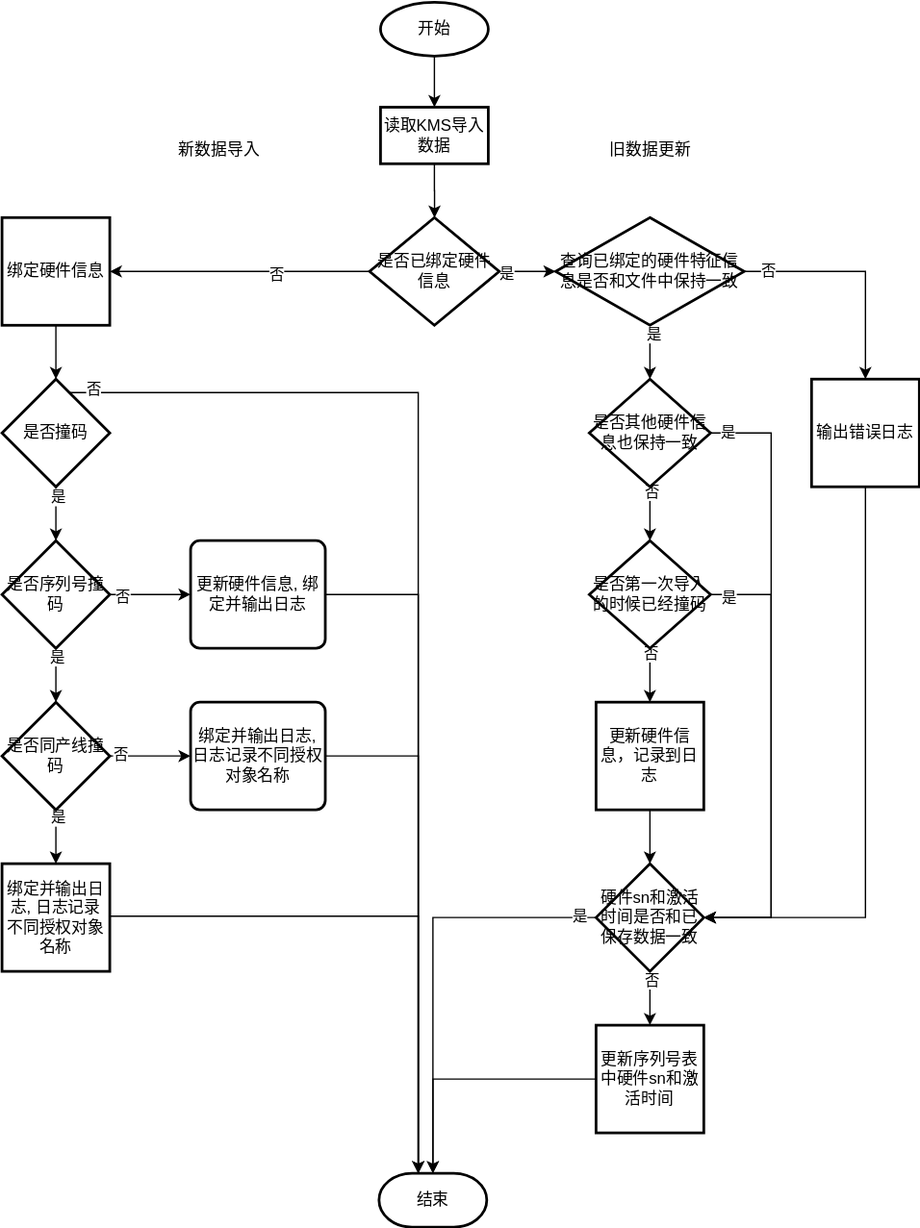
gaozk/test keeps this draw.io diagram as 导入处理逻辑梳理.svg. Above is the earlier version. Source tidied: cells renumbered, new cells last; positions are measured from the earlier drawing's top-left corner, leaving out a move shared by most shapes.
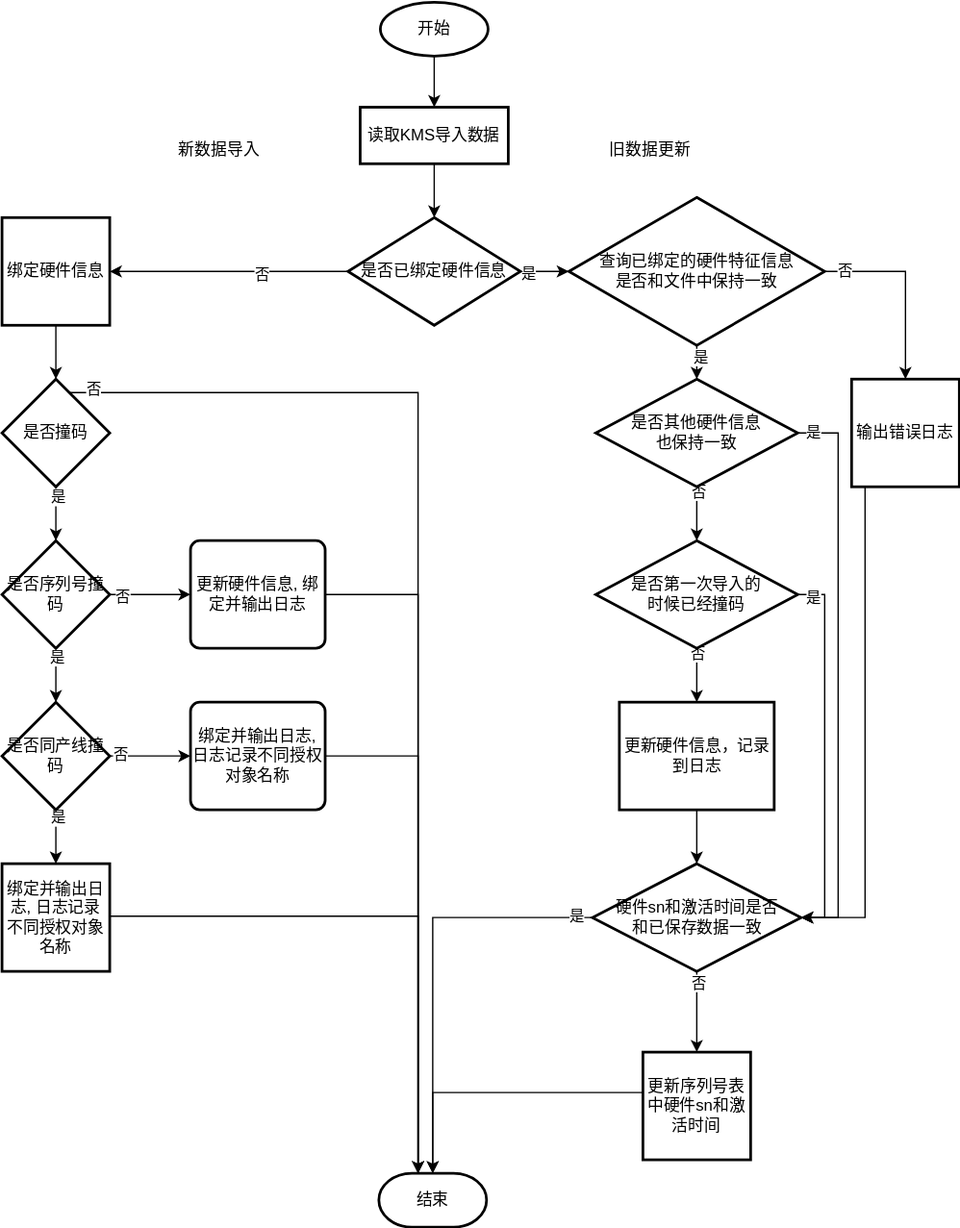
Later version of the same file.

Commit message:
更新导入处理逻辑梳理.svg

Diff of the diagram source:
```diff
@@ -12,7 +12,7 @@
       <mxGeometry relative="1" as="geometry" />
     </mxCell>
     <mxCell id="5" value="读取KMS导入数据" style="whiteSpace=wrap;html=1;strokeWidth=2;" parent="1" vertex="1">
-      <mxGeometry x="281" y="78" width="80" height="42" as="geometry" />
+      <mxGeometry x="266" y="78" width="110" height="42" as="geometry" />
     </mxCell>
     <mxCell id="6" style="edgeStyle=orthogonalEdgeStyle;rounded=0;jettySize=auto;html=1;" parent="1" edge="1" source="10" target="12">
       <mxGeometry relative="1" as="geometry" />
@@ -27,7 +27,7 @@
       <mxGeometry x="-0.75" y="-1" relative="1" as="geometry" />
     </mxCell>
     <mxCell id="10" value="是否已绑定硬件信息" style="rhombus;whiteSpace=wrap;html=1;strokeWidth=2;" parent="1" vertex="1">
-      <mxGeometry x="272.9" y="160" width="96.2" height="80" as="geometry" />
+      <mxGeometry x="256.9" y="160" width="128.1" height="80" as="geometry" />
     </mxCell>
     <mxCell id="11" style="edgeStyle=orthogonalEdgeStyle;rounded=0;jettySize=auto;html=1;" parent="1" edge="1" source="12" target="17">
       <mxGeometry relative="1" as="geometry" />
@@ -137,8 +137,8 @@
     <mxCell id="38" value="否" style="edgeLabel;html=1;align=center;verticalAlign=middle;" parent="37" vertex="1">
       <mxGeometry x="-0.8" y="1" relative="1" as="geometry" />
     </mxCell>
-    <mxCell id="39" value="查询已绑定的硬件特征信息是否和文件中保持一致" style="rhombus;whiteSpace=wrap;html=1;strokeWidth=2;" parent="1" vertex="1">
-      <mxGeometry x="411" y="160" width="140" height="80" as="geometry" />
+    <mxCell id="39" value="查询已绑定的硬件特征信息&lt;br&gt;是否和文件中保持一致" style="rhombus;whiteSpace=wrap;html=1;strokeWidth=2;" parent="1" vertex="1">
+      <mxGeometry x="421" y="145" width="190" height="110" as="geometry" />
     </mxCell>
     <mxCell id="40" style="edgeStyle=orthogonalEdgeStyle;rounded=0;jettySize=auto;html=1;" parent="1" edge="1" source="44" target="51">
       <mxGeometry relative="1" as="geometry" />
@@ -149,16 +149,16 @@
     <mxCell id="42" style="edgeStyle=orthogonalEdgeStyle;rounded=0;jettySize=auto;html=1;entryX=1;entryY=0.5;entryDx=0;entryDy=0;entryPerimeter=0;" parent="1" edge="1" source="44" target="58">
       <mxGeometry relative="1" as="geometry">
         <Array as="points">
-          <mxPoint x="571" y="320" />
-          <mxPoint x="571" y="680" />
+          <mxPoint x="621" y="320" />
+          <mxPoint x="621" y="680" />
         </Array>
       </mxGeometry>
     </mxCell>
     <mxCell id="43" value="是" style="edgeLabel;html=1;align=center;verticalAlign=middle;" parent="42" vertex="1">
       <mxGeometry x="-0.95" y="1" relative="1" as="geometry" />
     </mxCell>
-    <mxCell id="44" value="是否其他硬件信息也保持一致" style="rhombus;whiteSpace=wrap;html=1;strokeWidth=2;" parent="1" vertex="1">
-      <mxGeometry x="436" y="280" width="90" height="80" as="geometry" />
+    <mxCell id="44" value="是否其他硬件信息&lt;br&gt;也保持一致" style="rhombus;whiteSpace=wrap;html=1;strokeWidth=2;" parent="1" vertex="1">
+      <mxGeometry x="441" y="280" width="150" height="80" as="geometry" />
     </mxCell>
     <mxCell id="45" style="edgeStyle=orthogonalEdgeStyle;rounded=0;jettySize=auto;html=1;entryX=1;entryY=0.5;entryDx=0;entryDy=0;entryPerimeter=0;" parent="1" edge="1" source="46" target="58">
       <mxGeometry relative="1" as="geometry">
@@ -168,38 +168,38 @@
       </mxGeometry>
     </mxCell>
     <mxCell id="46" value="输出错误日志" style="whiteSpace=wrap;html=1;strokeWidth=2;" parent="1" vertex="1">
-      <mxGeometry x="601" y="280" width="80" height="80" as="geometry" />
+      <mxGeometry x="631" y="280" width="80" height="80" as="geometry" />
     </mxCell>
     <mxCell id="47" style="edgeStyle=orthogonalEdgeStyle;rounded=0;jettySize=auto;html=1;" parent="1" edge="1" source="51" target="53">
       <mxGeometry relative="1" as="geometry">
         <Array as="points">
-          <mxPoint x="481" y="510" />
-          <mxPoint x="481" y="510" />
+          <mxPoint x="516" y="500" />
+          <mxPoint x="516" y="500" />
         </Array>
       </mxGeometry>
     </mxCell>
     <mxCell id="48" value="否" style="edgeLabel;html=1;align=center;verticalAlign=middle;" parent="47" vertex="1">
       <mxGeometry x="-0.84" relative="1" as="geometry" />
     </mxCell>
-    <mxCell id="49" style="edgeStyle=orthogonalEdgeStyle;rounded=0;jettySize=auto;html=1;" parent="1" edge="1" source="51" target="58">
+    <mxCell id="49" style="edgeStyle=orthogonalEdgeStyle;rounded=0;jettySize=auto;html=1;entryX=1;entryY=0.5;entryDx=0;entryDy=0;entryPerimeter=0;" parent="1" edge="1" source="51" target="58">
       <mxGeometry relative="1" as="geometry">
         <Array as="points">
-          <mxPoint x="571" y="440" />
-          <mxPoint x="571" y="680" />
+          <mxPoint x="611" y="440" />
+          <mxPoint x="611" y="680" />
         </Array>
       </mxGeometry>
     </mxCell>
     <mxCell id="50" value="是" style="edgeLabel;html=1;align=center;verticalAlign=middle;" parent="49" vertex="1">
       <mxGeometry x="-0.92" y="-2" relative="1" as="geometry" />
     </mxCell>
-    <mxCell id="51" value="是否第一次导入的时候已经撞码" style="rhombus;whiteSpace=wrap;html=1;strokeWidth=2;" parent="1" vertex="1">
-      <mxGeometry x="436" y="400" width="90" height="80" as="geometry" />
+    <mxCell id="51" value="是否第一次导入的&lt;br&gt;时候已经撞码" style="rhombus;whiteSpace=wrap;html=1;strokeWidth=2;" parent="1" vertex="1">
+      <mxGeometry x="441" y="400" width="150" height="80" as="geometry" />
     </mxCell>
     <mxCell id="52" style="edgeStyle=orthogonalEdgeStyle;rounded=0;jettySize=auto;html=1;" parent="1" edge="1" source="53" target="58">
       <mxGeometry relative="1" as="geometry" />
     </mxCell>
     <mxCell id="53" value="更新硬件信息，记录到日志" style="whiteSpace=wrap;html=1;strokeWidth=2;" parent="1" vertex="1">
-      <mxGeometry x="441" y="520" width="80" height="80" as="geometry" />
+      <mxGeometry x="458.5" y="520" width="115" height="80" as="geometry" />
     </mxCell>
     <mxCell id="54" style="edgeStyle=orthogonalEdgeStyle;rounded=0;jettySize=auto;html=1;" parent="1" edge="1" source="58" target="30">
       <mxGeometry relative="1" as="geometry" />
@@ -207,24 +207,26 @@
     <mxCell id="55" value="是" style="edgeLabel;html=1;align=center;verticalAlign=middle;" parent="54" vertex="1">
       <mxGeometry x="-0.92" y="-2" relative="1" as="geometry" />
     </mxCell>
-    <mxCell id="56" style="edgeStyle=orthogonalEdgeStyle;rounded=0;jettySize=auto;html=1;" parent="1" edge="1" source="58">
-      <mxGeometry relative="1" as="geometry">
-        <mxPoint x="481" y="760" as="targetPoint" />
-      </mxGeometry>
+    <mxCell id="56" style="edgeStyle=orthogonalEdgeStyle;rounded=0;jettySize=auto;html=1;entryX=0.5;entryY=0;entryDx=0;entryDy=0;" parent="1" edge="1" source="58" target="60">
+      <mxGeometry relative="1" as="geometry" />
     </mxCell>
     <mxCell id="57" value="否" style="edgeLabel;html=1;align=center;verticalAlign=middle;" parent="56" vertex="1">
       <mxGeometry x="-0.72" y="1" relative="1" as="geometry" />
     </mxCell>
-    <mxCell id="58" value="硬件sn和激活时间是否和已保存数据一致" style="strokeWidth=2;html=1;shape=mxgraph.flowchart.decision;whiteSpace=wrap;" parent="1" vertex="1">
-      <mxGeometry x="441" y="640" width="80" height="80" as="geometry" />
+    <mxCell id="58" value="硬件sn和激活时间是否&lt;br&gt;和已保存数据一致" style="strokeWidth=2;html=1;shape=mxgraph.flowchart.decision;whiteSpace=wrap;" parent="1" vertex="1">
+      <mxGeometry x="438.5" y="640" width="155" height="80" as="geometry" />
     </mxCell>
     <mxCell id="59" style="edgeStyle=orthogonalEdgeStyle;rounded=0;jettySize=auto;html=1;entryX=0.5;entryY=0;entryDx=0;entryDy=0;entryPerimeter=0;" parent="1" edge="1" target="30">
       <mxGeometry relative="1" as="geometry">
-        <mxPoint x="441" y="800" as="sourcePoint" />
+        <mxPoint x="471" y="810" as="sourcePoint" />
+        <Array as="points">
+          <mxPoint x="478" y="810" />
+          <mxPoint x="320" y="810" />
+        </Array>
       </mxGeometry>
     </mxCell>
     <mxCell id="60" value="更新序列号表中硬件sn和激活时间" style="whiteSpace=wrap;html=1;strokeWidth=2;" parent="1" vertex="1">
-      <mxGeometry x="441" y="760" width="80" height="80" as="geometry" />
+      <mxGeometry x="476" y="780" width="80" height="80" as="geometry" />
     </mxCell>
     <mxCell id="61" value="新数据导入" style="text;html=1;align=center;verticalAlign=middle;fillColor=none;strokeColor=none;rounded=0;" parent="1" vertex="1">
       <mxGeometry x="121" y="100" width="80" height="20" as="geometry" />
```
